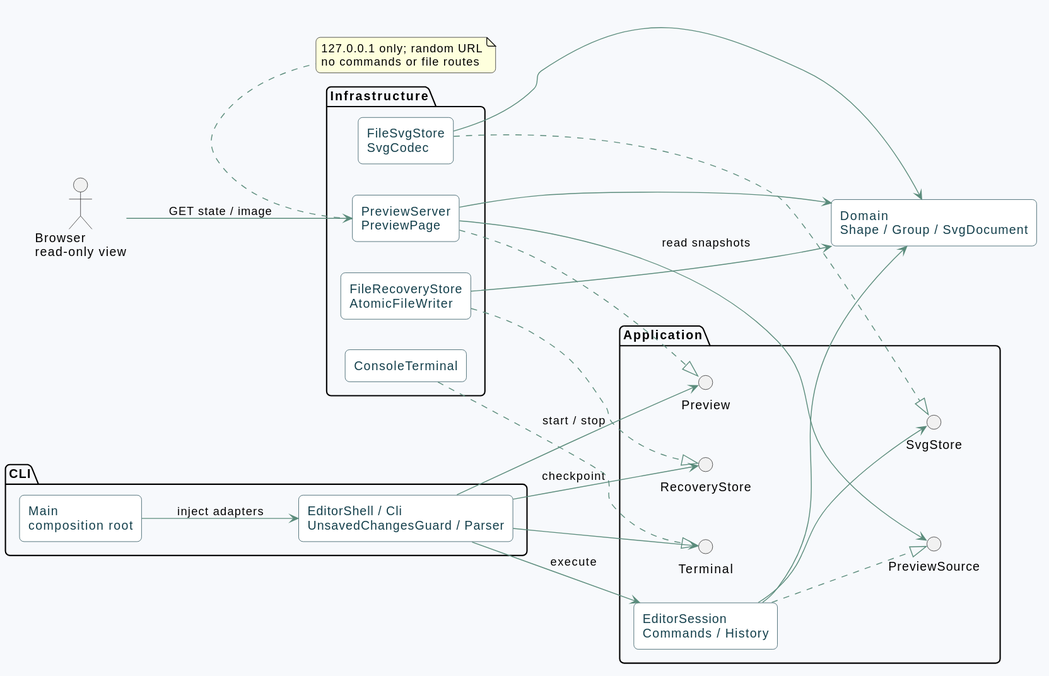
Earlier version of the PlantUML export doc/architecture.svg (cqsh01/fudan-lab1-svg-editor).
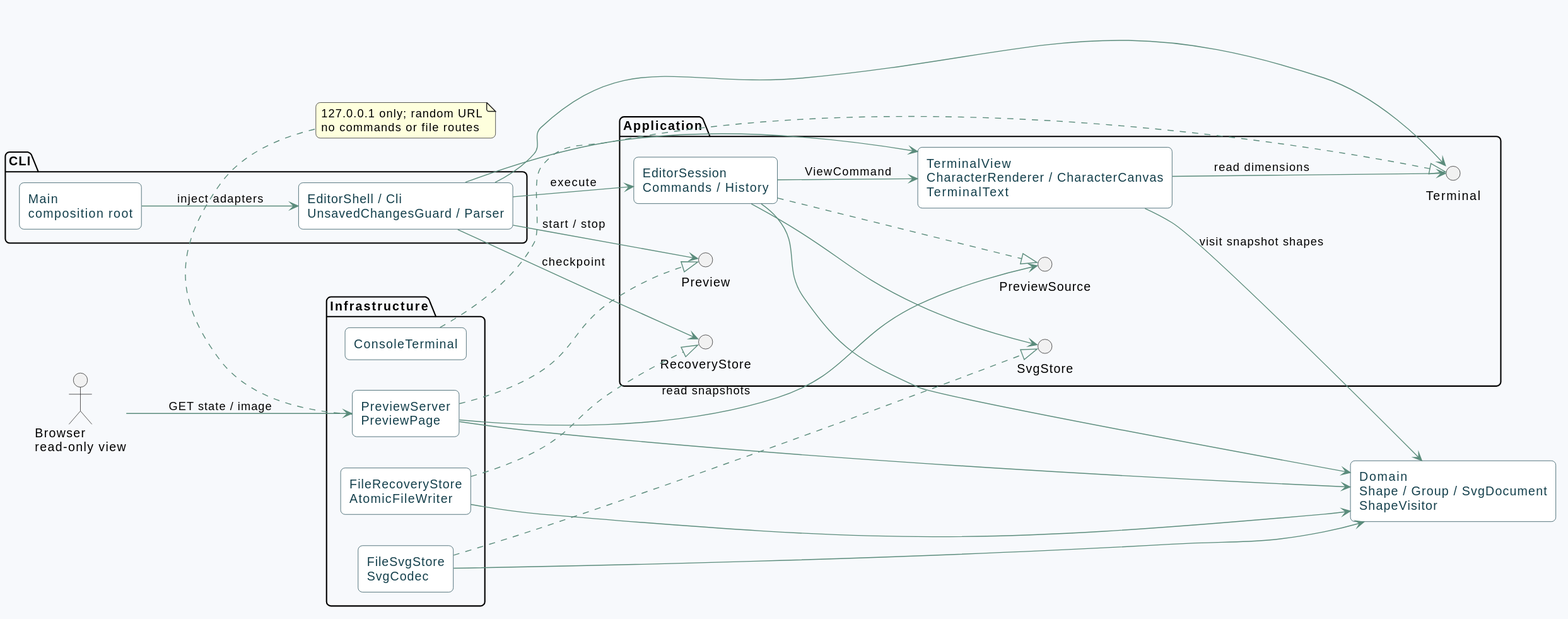
Later version of the same file.

Diff of the diagram source:
```diff
@@ -14,13 +14,14 @@
 }
 package "Application" {
   component "EditorSession\nCommands / History" as App
+  component "TerminalView\nCharacterRenderer / CharacterCanvas\nTerminalText" as CharView
   interface "SvgStore" as Svg
   interface "RecoveryStore" as Draft
   interface "Terminal" as Term
   interface "Preview" as View
   interface "PreviewSource" as Source
 }
-component "Domain\nShape / Group / SvgDocument" as Domain
+component "Domain\nShape / Group / SvgDocument\nShapeVisitor" as Domain
 package "Infrastructure" {
   component "FileSvgStore\nSvgCodec" as IO
   component "FileRecoveryStore\nAtomicFileWriter" as Recovery
@@ -33,6 +34,10 @@
 CommandUI --> Term
 CommandUI --> Draft : checkpoint
 CommandUI --> View : start / stop
+CommandUI --> CharView
+App --> CharView : ViewCommand
+CharView --> Domain : visit snapshot shapes
+CharView --> Term : read dimensions
 App --> Domain
 App --> Svg
 App ..|> Source
```
